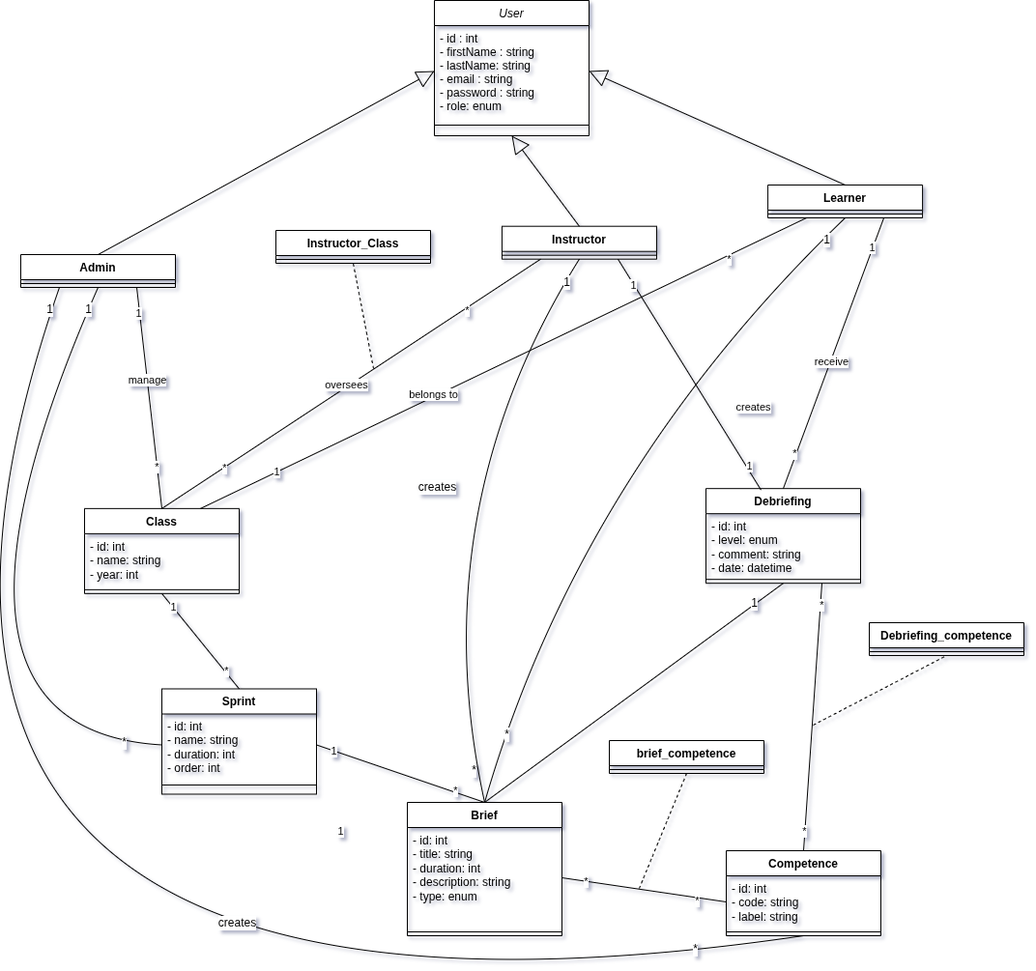
Before: diagrams/class diagram.png, a diagram exported from draw.io (elgmouriabderrahim/debriefing-system). Source tidied: cells renumbered, new cells last; positions are measured from the earlier drawing's top-left corner, leaving out a move shared by most shapes.
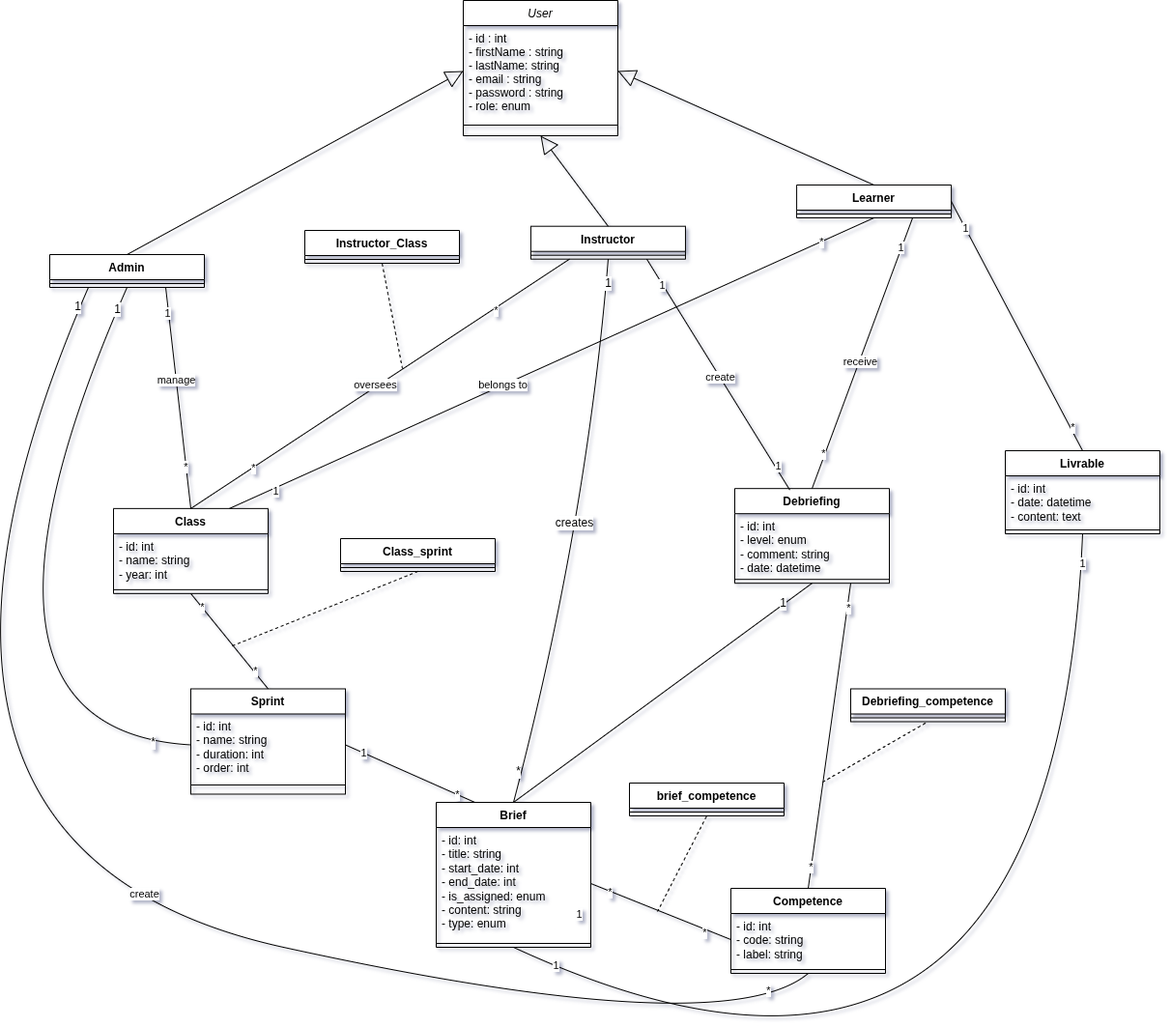
The same diagram one commit later.

Commit message:
fix class diagram

Diff of the diagram source:
```diff
@@ -63,24 +63,6 @@
     <mxCell id="20" value="1" style="edgeLabel;html=1;align=center;verticalAlign=middle;" parent="17" vertex="1">
       <mxGeometry x="0.77" y="1" relative="1" as="geometry" />
     </mxCell>
-    <mxCell id="21" style="endArrow=none;html=1;rounded=0;entryX=0.25;entryY=1;entryDx=0;entryDy=0;exitX=0.75;exitY=0;exitDx=0;exitDy=0;" parent="1" edge="1" source="14" target="9">
-      <mxGeometry relative="1" as="geometry" />
-    </mxCell>
-    <mxCell id="22" value="1" style="edgeLabel;html=1;align=center;verticalAlign=middle;" parent="21" vertex="1">
-      <mxGeometry x="-0.74" y="3" relative="1" as="geometry">
-        <mxPoint y="3" as="offset" />
-      </mxGeometry>
-    </mxCell>
-    <mxCell id="23" value="*" style="edgeLabel;html=1;align=center;verticalAlign=middle;" parent="21" vertex="1">
-      <mxGeometry x="0.64" y="-2" relative="1" as="geometry">
-        <mxPoint x="33" y="-14" as="offset" />
-      </mxGeometry>
-    </mxCell>
-    <mxCell id="24" value="belongs to" style="edgeLabel;html=1;align=center;verticalAlign=middle;" parent="21" vertex="1">
-      <mxGeometry x="-0.23" y="3" relative="1" as="geometry">
-        <mxPoint x="1" as="offset" />
-      </mxGeometry>
-    </mxCell>
     <mxCell id="25" style="endArrow=none;html=1;rounded=0;entryX=0.25;entryY=1;entryDx=0;entryDy=0;exitX=0.5;exitY=0;exitDx=0;exitDy=0;" parent="1" edge="1" source="14" target="7">
       <mxGeometry relative="1" as="geometry" />
     </mxCell>
@@ -110,27 +92,18 @@
     <mxCell id="33" value="*" style="edgeLabel;html=1;align=center;verticalAlign=middle;" parent="32" vertex="1">
       <mxGeometry x="-0.65" y="-1" relative="1" as="geometry" />
     </mxCell>
-    <mxCell id="34" value="1" style="edgeLabel;html=1;align=center;verticalAlign=middle;" parent="32" vertex="1">
+    <mxCell id="34" value="*" style="edgeLabel;html=1;align=center;verticalAlign=middle;" parent="32" vertex="1">
       <mxGeometry x="0.72" relative="1" as="geometry" />
     </mxCell>
     <mxCell id="35" value="Brief" style="swimlane;fontStyle=1;align=center;verticalAlign=top;horizontal=1;startSize=26;whiteSpace=wrap;html=1;" parent="1" vertex="1">
-      <mxGeometry x="647" y="830" width="160" height="138" as="geometry" />
+      <mxGeometry x="647" y="830" width="160" height="150" as="geometry" />
     </mxCell>
-    <mxCell id="36" value="- id: int&lt;div&gt;- title: string&lt;/div&gt;&lt;div&gt;- duration: int&lt;/div&gt;&lt;div&gt;- description: string&lt;/div&gt;&lt;div&gt;- type: enum&lt;/div&gt;" style="text;strokeColor=none;fillColor=none;align=left;verticalAlign=top;spacingLeft=4;spacingRight=4;overflow=hidden;points=[[0,0.5],[1,0.5]];portConstraint=eastwest;whiteSpace=wrap;html=1;" parent="35" vertex="1">
-      <mxGeometry y="26" width="160" height="104" as="geometry" />
+    <mxCell id="36" value="- id: int&lt;div&gt;- title: string&lt;/div&gt;&lt;div&gt;- start_date: int&lt;/div&gt;&lt;div&gt;- end_date: int&lt;/div&gt;&lt;div&gt;- is_assigned: enum&lt;/div&gt;&lt;div&gt;- content: string&lt;/div&gt;&lt;div&gt;- type: enum&lt;/div&gt;" style="text;strokeColor=none;fillColor=none;align=left;verticalAlign=top;spacingLeft=4;spacingRight=4;overflow=hidden;points=[[0,0.5],[1,0.5]];portConstraint=eastwest;whiteSpace=wrap;html=1;" parent="35" vertex="1">
+      <mxGeometry y="26" width="160" height="116" as="geometry" />
     </mxCell>
     <mxCell id="37" style="line;strokeWidth=1;fillColor=none;align=left;verticalAlign=middle;spacingTop=-1;spacingLeft=3;spacingRight=3;labelPosition=right;strokeColor=inherit;" parent="35" vertex="1">
-      <mxGeometry y="130" width="160" height="8" as="geometry" />
+      <mxGeometry y="142" width="160" height="8" as="geometry" />
     </mxCell>
-    <mxCell id="38" style="endArrow=none;html=1;rounded=0;entryX=0.5;entryY=0;entryDx=0;entryDy=0;exitX=1;exitY=0.5;exitDx=0;exitDy=0;" parent="1" edge="1" source="30" target="35">
-      <mxGeometry relative="1" as="geometry" />
-    </mxCell>
-    <mxCell id="39" value="1" style="edgeLabel;html=1;align=center;verticalAlign=middle;" parent="38" vertex="1">
-      <mxGeometry x="-0.79" relative="1" as="geometry" />
-    </mxCell>
-    <mxCell id="40" value="*" style="edgeLabel;html=1;align=center;verticalAlign=middle;" parent="38" vertex="1">
-      <mxGeometry x="0.64" y="2" relative="1" as="geometry" />
-    </mxCell>
     <mxCell id="41" value="Debriefing" style="swimlane;fontStyle=1;align=center;verticalAlign=top;horizontal=1;startSize=26;whiteSpace=wrap;html=1;" parent="1" vertex="1">
       <mxGeometry x="956" y="505.2" width="160" height="98" as="geometry" />
     </mxCell>
@@ -143,11 +116,6 @@
     <mxCell id="44" style="endArrow=none;html=1;rounded=0;entryX=0.5;entryY=1;entryDx=0;entryDy=0;exitX=0.5;exitY=0;exitDx=0;exitDy=0;" parent="1" edge="1" source="35" target="41">
       <mxGeometry relative="1" as="geometry" />
     </mxCell>
-    <mxCell id="45" value="1" style="edgeLabel;html=1;align=center;verticalAlign=middle;" parent="44" vertex="1">
-      <mxGeometry x="-0.72" y="1" relative="1" as="geometry">
-        <mxPoint x="-192" y="62" as="offset" />
-      </mxGeometry>
-    </mxCell>
     <mxCell id="46" value="1" style="edgeLabel;html=1;align=center;verticalAlign=middle;fontSize=12;" parent="44" vertex="1">
       <mxGeometry x="0.81" y="2" relative="1" as="geometry" />
     </mxCell>
@@ -162,11 +130,9 @@
     <mxCell id="49" value="1" style="edgeLabel;html=1;align=center;verticalAlign=middle;" parent="47" vertex="1">
       <mxGeometry x="-0.78" y="-1" relative="1" as="geometry" />
     </mxCell>
-    <mxCell id="50" value="creates" style="edgeLabel;html=1;align=center;verticalAlign=middle;" parent="47" vertex="1">
-      <mxGeometry x="-0.06" relative="1" as="geometry">
-        <mxPoint x="70" y="41" as="offset" />
-      </mxGeometry>
-    </mxCell>
+    <mxCell id="87" value="create" style="edgeLabel;html=1;align=center;verticalAlign=middle;" parent="47" vertex="1">
+      <mxGeometry x="0.02" relative="1" as="geometry" />
+    </mxCell>
     <mxCell id="51" style="endArrow=none;html=1;rounded=0;exitX=0.75;exitY=1;exitDx=0;exitDy=0;entryX=0.5;entryY=0;entryDx=0;entryDy=0;" parent="1" edge="1" source="9" target="41">
       <mxGeometry relative="1" as="geometry" />
     </mxCell>
@@ -182,7 +148,7 @@
       <mxGeometry x="0.06" relative="1" as="geometry" />
     </mxCell>
     <mxCell id="55" value="Competence" style="swimlane;fontStyle=1;align=center;verticalAlign=top;horizontal=1;startSize=26;whiteSpace=wrap;html=1;" parent="1" vertex="1">
-      <mxGeometry x="977" y="880" width="160" height="88" as="geometry" />
+      <mxGeometry x="952" y="919" width="160" height="88" as="geometry" />
     </mxCell>
     <mxCell id="56" value="- id: int&lt;div&gt;- code: string&lt;div&gt;- label: string&lt;/div&gt;&lt;/div&gt;" style="text;strokeColor=none;fillColor=none;align=left;verticalAlign=top;spacingLeft=4;spacingRight=4;overflow=hidden;points=[[0,0.5],[1,0.5]];portConstraint=eastwest;whiteSpace=wrap;html=1;" parent="55" vertex="1">
       <mxGeometry y="26" width="160" height="54" as="geometry" />
@@ -217,14 +183,14 @@
       <mxGeometry y="26" width="160" height="8" as="geometry" />
     </mxCell>
     <mxCell id="66" value="brief_competence" style="swimlane;fontStyle=1;align=center;verticalAlign=top;horizontal=1;startSize=26;whiteSpace=wrap;html=1;" parent="1" vertex="1">
-      <mxGeometry x="856" y="766" width="160" height="34" as="geometry" />
+      <mxGeometry x="847" y="810" width="160" height="34" as="geometry" />
     </mxCell>
     <mxCell id="67" style="line;strokeWidth=1;fillColor=none;align=left;verticalAlign=middle;spacingTop=-1;spacingLeft=3;spacingRight=3;labelPosition=right;strokeColor=inherit;" parent="66" vertex="1">
       <mxGeometry y="26" width="160" height="8" as="geometry" />
     </mxCell>
     <mxCell id="68" style="endArrow=none;dashed=1;html=1;rounded=0;fontSize=12;startSize=8;endSize=8;curved=1;entryX=0.5;entryY=1;entryDx=0;entryDy=0;" parent="1" edge="1" target="66">
       <mxGeometry relative="1" as="geometry">
-        <mxPoint x="887" y="919" as="sourcePoint" />
+        <mxPoint x="876" y="943" as="sourcePoint" />
       </mxGeometry>
     </mxCell>
     <mxCell id="69" style="endArrow=none;dashed=1;html=1;rounded=0;fontSize=12;startSize=8;endSize=8;curved=1;entryX=0.5;entryY=1;entryDx=0;entryDy=0;" parent="1" edge="1" target="64">
@@ -233,14 +199,14 @@
       </mxGeometry>
     </mxCell>
     <mxCell id="70" value="Debriefing_competence" style="swimlane;fontStyle=1;align=center;verticalAlign=top;horizontal=1;startSize=26;whiteSpace=wrap;html=1;" parent="1" vertex="1">
-      <mxGeometry x="1125" y="644" width="160" height="34" as="geometry" />
+      <mxGeometry x="1076" y="712.5" width="160" height="34" as="geometry" />
     </mxCell>
     <mxCell id="71" style="line;strokeWidth=1;fillColor=none;align=left;verticalAlign=middle;spacingTop=-1;spacingLeft=3;spacingRight=3;labelPosition=right;strokeColor=inherit;" parent="70" vertex="1">
       <mxGeometry y="26" width="160" height="8" as="geometry" />
     </mxCell>
     <mxCell id="72" style="endArrow=none;dashed=1;html=1;rounded=0;fontSize=12;startSize=8;endSize=8;curved=1;entryX=0.5;entryY=1;entryDx=0;entryDy=0;" parent="1" edge="1" target="70">
       <mxGeometry relative="1" as="geometry">
-        <mxPoint x="1067" y="750" as="sourcePoint" />
+        <mxPoint x="1047" y="809" as="sourcePoint" />
       </mxGeometry>
     </mxCell>
     <mxCell id="73" style="endArrow=none;html=1;rounded=0;fontSize=12;startSize=8;endSize=8;curved=1;exitX=0;exitY=0.5;exitDx=0;exitDy=0;entryX=0.5;entryY=1;entryDx=0;entryDy=0;" parent="1" edge="1" source="30" target="5">
@@ -259,7 +225,7 @@
     <mxCell id="76" style="endArrow=none;html=1;rounded=0;fontSize=12;startSize=8;endSize=8;curved=1;entryX=0.5;entryY=1;entryDx=0;entryDy=0;exitX=0.5;exitY=0;exitDx=0;exitDy=0;" parent="1" edge="1" source="35" target="7">
       <mxGeometry relative="1" as="geometry">
         <Array as="points">
-          <mxPoint x="661" y="530" />
+          <mxPoint x="803" y="541" />
         </Array>
       </mxGeometry>
     </mxCell>
@@ -274,40 +240,100 @@
       </mxGeometry>
     </mxCell>
     <mxCell id="79" value="creates" style="edgeLabel;html=1;align=center;verticalAlign=middle;fontSize=12;" parent="76" vertex="1">
-      <mxGeometry x="0.1" relative="1" as="geometry" />
+      <mxGeometry x="0.1" relative="1" as="geometry">
+        <mxPoint x="-15" y="15" as="offset" />
+      </mxGeometry>
     </mxCell>
     <mxCell id="80" style="endArrow=none;html=1;rounded=0;fontSize=12;startSize=8;endSize=8;curved=1;entryX=0.25;entryY=1;entryDx=0;entryDy=0;exitX=0.5;exitY=1;exitDx=0;exitDy=0;" parent="1" edge="1" source="55" target="5">
       <mxGeometry relative="1" as="geometry">
         <Array as="points">
-          <mxPoint y="1123" />
+          <mxPoint x="945" y="1080" />
+          <mxPoint x="33" y="880" />
         </Array>
       </mxGeometry>
     </mxCell>
     <mxCell id="81" value="1" style="edgeLabel;html=1;align=center;verticalAlign=middle;fontSize=12;" parent="80" vertex="1">
       <mxGeometry x="0.97" y="3" relative="1" as="geometry" />
     </mxCell>
-    <mxCell id="82" value="*" style="edgeLabel;html=1;align=center;verticalAlign=middle;fontSize=12;" parent="80" vertex="1">
-      <mxGeometry x="-0.88" y="-3" relative="1" as="geometry">
-        <mxPoint x="1" as="offset" />
-      </mxGeometry>
-    </mxCell>
-    <mxCell id="83" value="creates" style="edgeLabel;html=1;align=center;verticalAlign=middle;fontSize=12;" parent="80" vertex="1">
-      <mxGeometry x="-0.41" y="-98" relative="1" as="geometry" />
-    </mxCell>
-    <mxCell id="84" style="endArrow=none;html=1;rounded=0;fontSize=12;startSize=8;endSize=8;curved=1;entryX=0.5;entryY=1;entryDx=0;entryDy=0;exitX=0.5;exitY=0;exitDx=0;exitDy=0;" parent="1" edge="1" source="35" target="9">
-      <mxGeometry relative="1" as="geometry">
-        <Array as="points">
-          <mxPoint x="825" y="490" />
-        </Array>
-      </mxGeometry>
-    </mxCell>
-    <mxCell id="85" value="1" style="edgeLabel;html=1;align=center;verticalAlign=middle;fontSize=12;" parent="84" vertex="1">
-      <mxGeometry x="0.92" y="-3" relative="1" as="geometry" />
-    </mxCell>
-    <mxCell id="86" value="*" style="edgeLabel;html=1;align=center;verticalAlign=middle;fontSize=12;" parent="84" vertex="1">
-      <mxGeometry x="-0.8" y="-2" relative="1" as="geometry">
-        <mxPoint y="1" as="offset" />
-      </mxGeometry>
-    </mxCell>
+    <mxCell id="88" value="*" style="edgeLabel;html=1;align=center;verticalAlign=middle;" parent="80" vertex="1">
+      <mxGeometry x="-0.95" y="-13" relative="1" as="geometry" />
+    </mxCell>
+    <mxCell id="89" value="create" style="edgeLabel;html=1;align=center;verticalAlign=middle;" parent="80" vertex="1">
+      <mxGeometry x="-0.13" y="-23" relative="1" as="geometry" />
+    </mxCell>
+    <mxCell id="90" value="Livrable" style="swimlane;fontStyle=1;align=center;verticalAlign=top;horizontal=1;startSize=26;whiteSpace=wrap;html=1;" parent="1" vertex="1">
+      <mxGeometry x="1236" y="466" width="160" height="86" as="geometry" />
+    </mxCell>
+    <mxCell id="91" value="- id: int&lt;div&gt;- date: datetime&lt;/div&gt;&lt;div&gt;- content: text&lt;/div&gt;" style="text;strokeColor=none;fillColor=none;align=left;verticalAlign=top;spacingLeft=4;spacingRight=4;overflow=hidden;whiteSpace=wrap;html=1;" parent="90" vertex="1">
+      <mxGeometry y="26" width="160" height="52" as="geometry" />
+    </mxCell>
+    <mxCell id="92" style="line;strokeWidth=1;fillColor=none;align=left;verticalAlign=middle;spacingTop=-1;spacingLeft=3;spacingRight=3;labelPosition=right;strokeColor=inherit;" parent="90" vertex="1">
+      <mxGeometry y="78" width="160" height="8" as="geometry" />
+    </mxCell>
+    <mxCell id="93" style="endArrow=none;html=1;rounded=0;entryX=1;entryY=0.5;entryDx=0;entryDy=0;exitX=0.5;exitY=0;exitDx=0;exitDy=0;" parent="1" edge="1" source="90" target="9">
+      <mxGeometry relative="1" as="geometry" />
+    </mxCell>
+    <mxCell id="94" value="1" style="edgeLabel;html=1;align=center;verticalAlign=middle;" parent="93" vertex="1">
+      <mxGeometry x="0.79" relative="1" as="geometry" />
+    </mxCell>
+    <mxCell id="95" value="*" style="edgeLabel;html=1;align=center;verticalAlign=middle;" parent="93" vertex="1">
+      <mxGeometry x="-0.81" y="-2" relative="1" as="geometry" />
+    </mxCell>
+    <mxCell id="96" style="endArrow=none;html=1;rounded=0;fontSize=12;startSize=8;endSize=8;curved=1;entryX=0.5;entryY=1;entryDx=0;entryDy=0;exitX=0.5;exitY=1;exitDx=0;exitDy=0;" parent="1" edge="1" source="90" target="35">
+      <mxGeometry relative="1" as="geometry">
+        <Array as="points">
+          <mxPoint x="1287" y="1239" />
+        </Array>
+      </mxGeometry>
+    </mxCell>
+    <mxCell id="97" value="1" style="edgeLabel;html=1;align=center;verticalAlign=middle;" parent="96" vertex="1">
+      <mxGeometry x="-0.95" y="1" relative="1" as="geometry" />
+    </mxCell>
+    <mxCell id="98" value="1" style="edgeLabel;html=1;align=center;verticalAlign=middle;" parent="96" vertex="1">
+      <mxGeometry x="0.93" y="-60" relative="1" as="geometry" />
+    </mxCell>
+    <mxCell id="99" value="1" style="edgeLabel;html=1;align=center;verticalAlign=middle;" parent="96" vertex="1">
+      <mxGeometry x="0.89" y="-40" relative="1" as="geometry">
+        <mxPoint x="-40" y="24" as="offset" />
+      </mxGeometry>
+    </mxCell>
+    <mxCell id="38" style="endArrow=none;html=1;rounded=0;entryX=0.25;entryY=0;entryDx=0;entryDy=0;exitX=1;exitY=0.5;exitDx=0;exitDy=0;" parent="1" edge="1" source="30" target="35">
+      <mxGeometry relative="1" as="geometry" />
+    </mxCell>
+    <mxCell id="100" value="1" style="edgeLabel;html=1;align=center;verticalAlign=middle;" parent="38" vertex="1">
+      <mxGeometry x="-0.72" relative="1" as="geometry" />
+    </mxCell>
+    <mxCell id="101" value="*" style="edgeLabel;html=1;align=center;verticalAlign=middle;" parent="38" vertex="1">
+      <mxGeometry x="0.72" relative="1" as="geometry" />
+    </mxCell>
+    <mxCell id="21" style="endArrow=none;html=1;rounded=0;entryX=0.5;entryY=1;entryDx=0;entryDy=0;exitX=0.75;exitY=0;exitDx=0;exitDy=0;" parent="1" edge="1" source="14" target="9">
+      <mxGeometry relative="1" as="geometry" />
+    </mxCell>
+    <mxCell id="102" value="*" style="edgeLabel;html=1;align=center;verticalAlign=middle;" parent="21" vertex="1">
+      <mxGeometry x="0.84" relative="1" as="geometry">
+        <mxPoint x="-1" as="offset" />
+      </mxGeometry>
+    </mxCell>
+    <mxCell id="103" value="1" style="edgeLabel;html=1;align=center;verticalAlign=middle;" parent="21" vertex="1">
+      <mxGeometry x="-0.86" y="-2" relative="1" as="geometry">
+        <mxPoint y="1" as="offset" />
+      </mxGeometry>
+    </mxCell>
+    <mxCell id="24" value="belongs to" style="edgeLabel;html=1;align=center;verticalAlign=middle;" parent="21" vertex="1">
+      <mxGeometry x="-0.15" y="2" relative="1" as="geometry">
+        <mxPoint y="1" as="offset" />
+      </mxGeometry>
+    </mxCell>
+    <mxCell id="104" value="Class_sprint" style="swimlane;fontStyle=1;align=center;verticalAlign=top;horizontal=1;startSize=26;whiteSpace=wrap;html=1;" parent="1" vertex="1">
+      <mxGeometry x="548" y="557" width="160" height="34" as="geometry" />
+    </mxCell>
+    <mxCell id="105" style="line;strokeWidth=1;fillColor=none;align=left;verticalAlign=middle;spacingTop=-1;spacingLeft=3;spacingRight=3;labelPosition=right;strokeColor=inherit;" parent="104" vertex="1">
+      <mxGeometry y="26" width="160" height="8" as="geometry" />
+    </mxCell>
+    <mxCell id="106" style="endArrow=none;dashed=1;html=1;rounded=0;entryX=0.5;entryY=1;entryDx=0;entryDy=0;" parent="1" edge="1" target="104">
+      <mxGeometry relative="1" as="geometry">
+        <mxPoint x="436" y="668" as="sourcePoint" />
+      </mxGeometry>
+    </mxCell>
   </root>
 </mxGraphModel>
```
